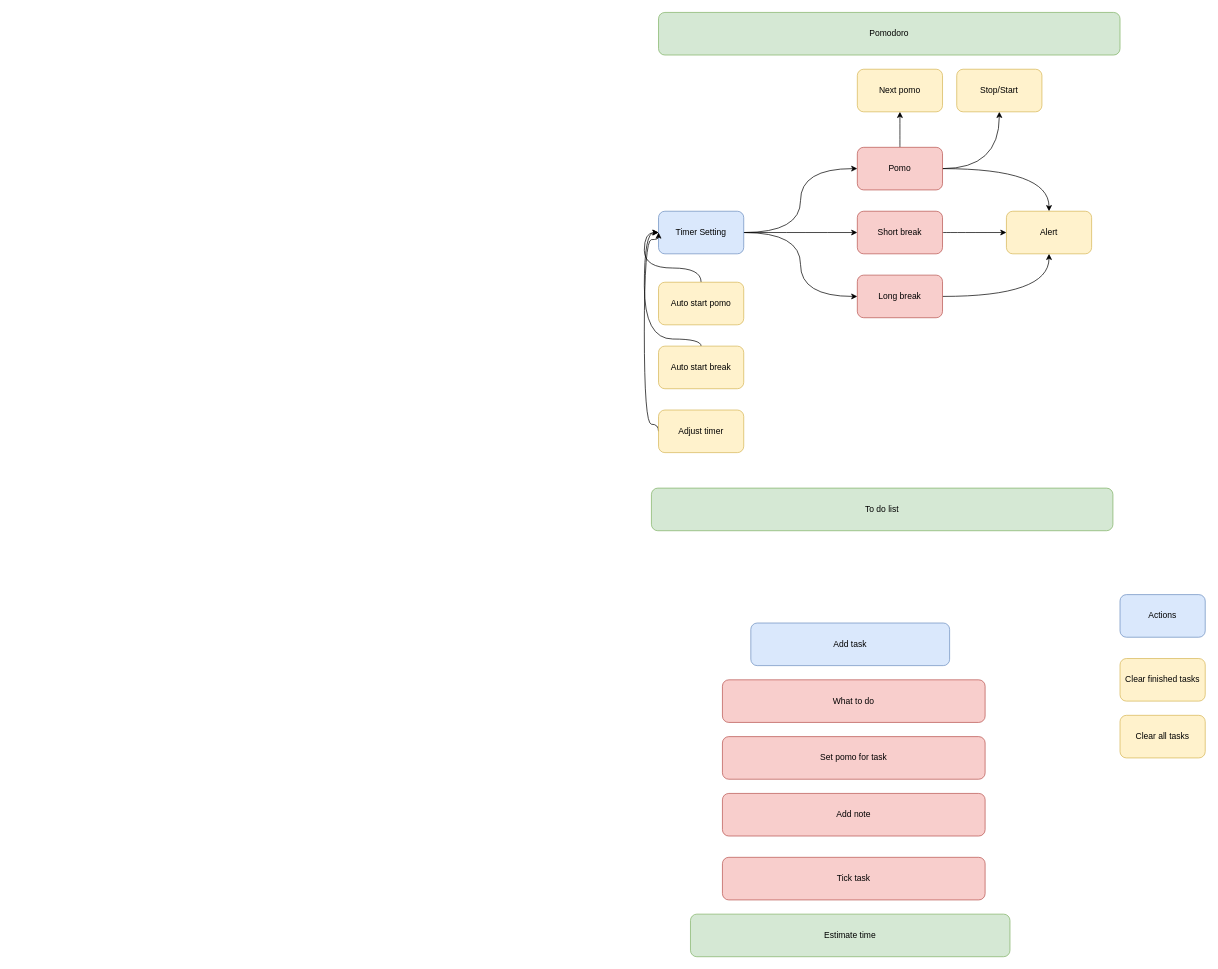
khangnguyen9955/pomofocus keeps this draw.io diagram as Untitled Diagram.drawio. Above is the earlier version. Source tidied: cells renumbered, new cells numbered last; positions are measured from the earlier drawing's top-left corner, leaving out a move shared by most shapes. Both pictures are drawn from the tidied source at 71%, with x=0, y=0 at pixel (644, 12).
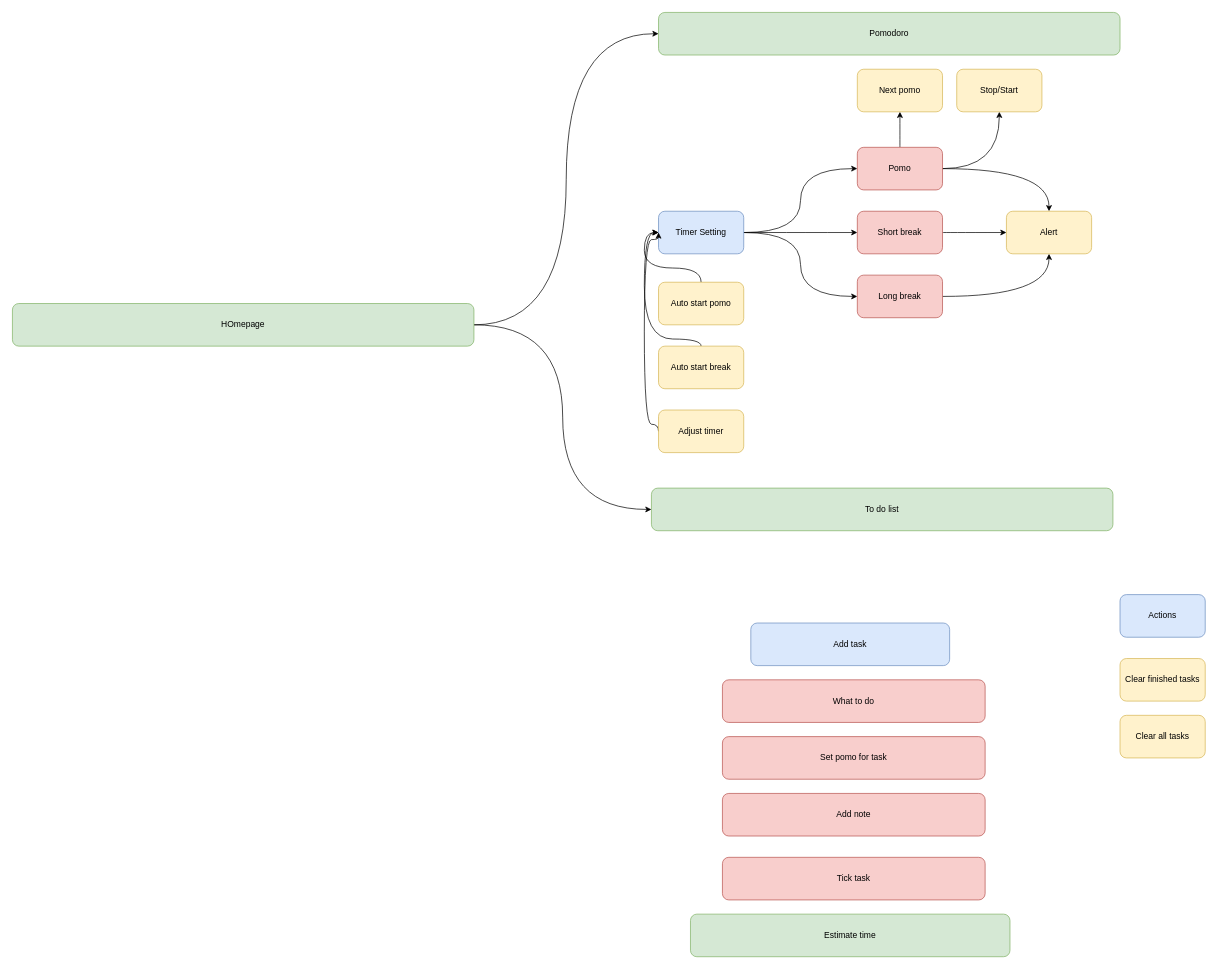
Above is the later version.

The change refers to these unchanged cells:
```xml
<mxCell id="21" value="Pomodoro" style="rounded=1;whiteSpace=wrap;html=1;fillColor=#d5e8d4;strokeColor=#82b366;" parent="1" vertex="1">
  <mxGeometry x="20" width="650" height="60" as="geometry" />
</mxCell>
<mxCell id="22" value="To do list" style="rounded=1;whiteSpace=wrap;html=1;fillColor=#d5e8d4;strokeColor=#82b366;" parent="1" vertex="1">
  <mxGeometry x="10" y="670" width="650" height="60" as="geometry" />
</mxCell>
```

Change to the diagram source:
```diff
@@
+    <mxCell id="34" style="edgeStyle=orthogonalEdgeStyle;rounded=0;jettySize=auto;html=1;entryX=0;entryY=0.5;entryDx=0;entryDy=0;curved=1;" parent="1" edge="1" source="36" target="22">
+      <mxGeometry relative="1" as="geometry" />
+    </mxCell>
+    <mxCell id="35" style="edgeStyle=orthogonalEdgeStyle;rounded=0;jettySize=auto;html=1;entryX=0;entryY=0.5;entryDx=0;entryDy=0;curved=1;" parent="1" edge="1" source="36" target="21">
+      <mxGeometry relative="1" as="geometry" />
+    </mxCell>
+    <mxCell id="36" value="HOmepage" style="rounded=1;whiteSpace=wrap;html=1;fillColor=#d5e8d4;strokeColor=#82b366;" parent="1" vertex="1">
+      <mxGeometry x="-890" y="410" width="650" height="60" as="geometry" />
+    </mxCell>
```
